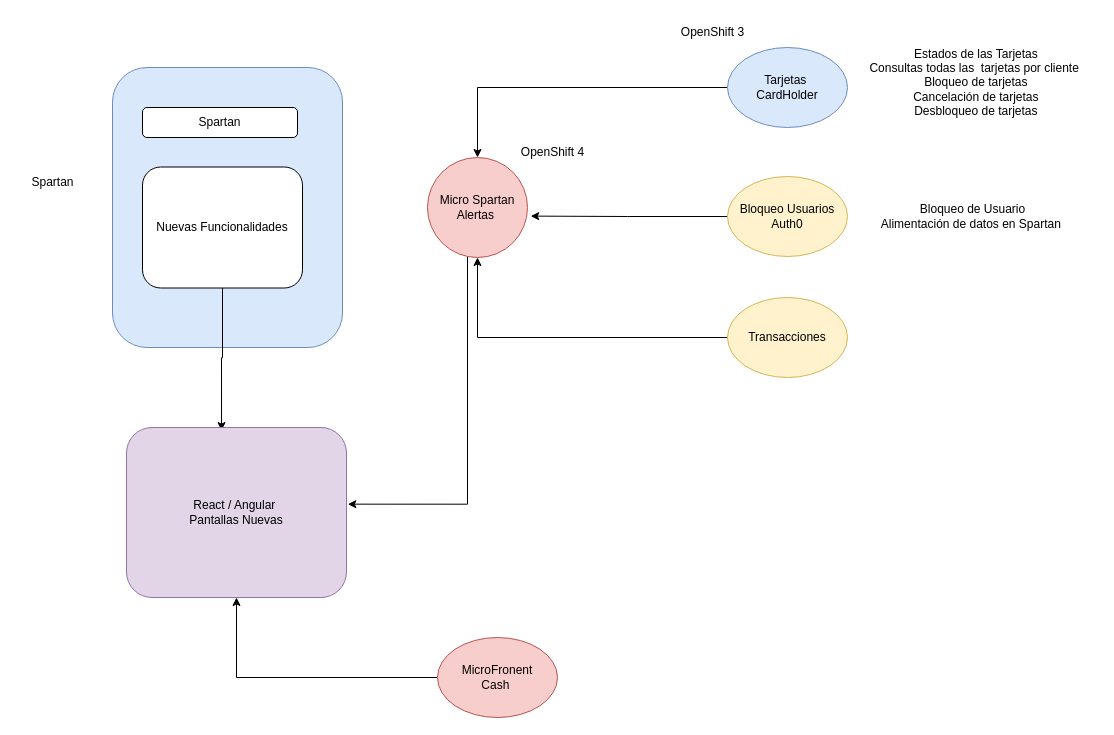
MarcoPuenayan/diagramas keeps this draw.io diagram as Diagrama sin título Seguridad.drawio. Above is the earlier version. Source tidied: cells renumbered, new cells numbered last; positions are measured from the earlier drawing's top-left corner, leaving out a move shared by most shapes. Both pictures are drawn from the tidied source at 100%, with x=0, y=0 at pixel (17, 17).
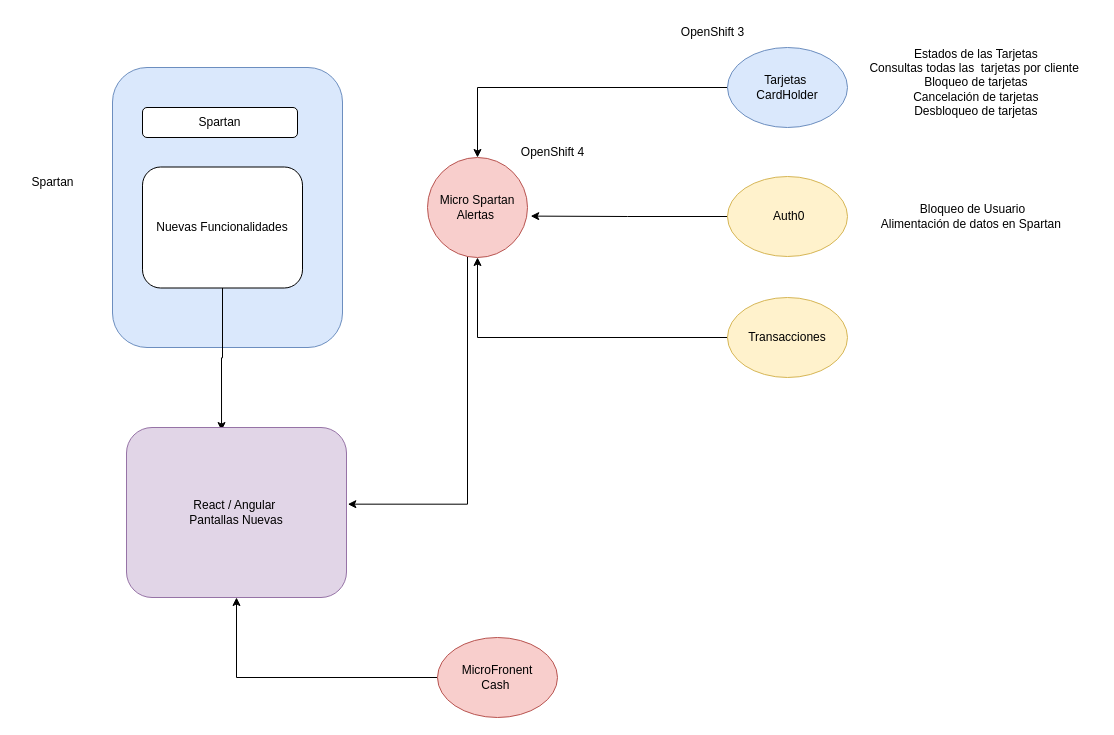
The same page after the edit.

Diff of the diagram source:
```diff
@@
-    <mxCell id="7" value="Bloqueo Usuarios Auth0" style="ellipse;whiteSpace=wrap;html=1;fillColor=#fff2cc;strokeColor=#d6b656;" parent="1" vertex="1">
+    <mxCell id="7" value="&amp;nbsp;Auth0" style="ellipse;whiteSpace=wrap;html=1;fillColor=#fff2cc;strokeColor=#d6b656;" parent="1" vertex="1">
       <mxGeometry x="710" y="159" width="120" height="80" as="geometry" />
     </mxCell>
```
